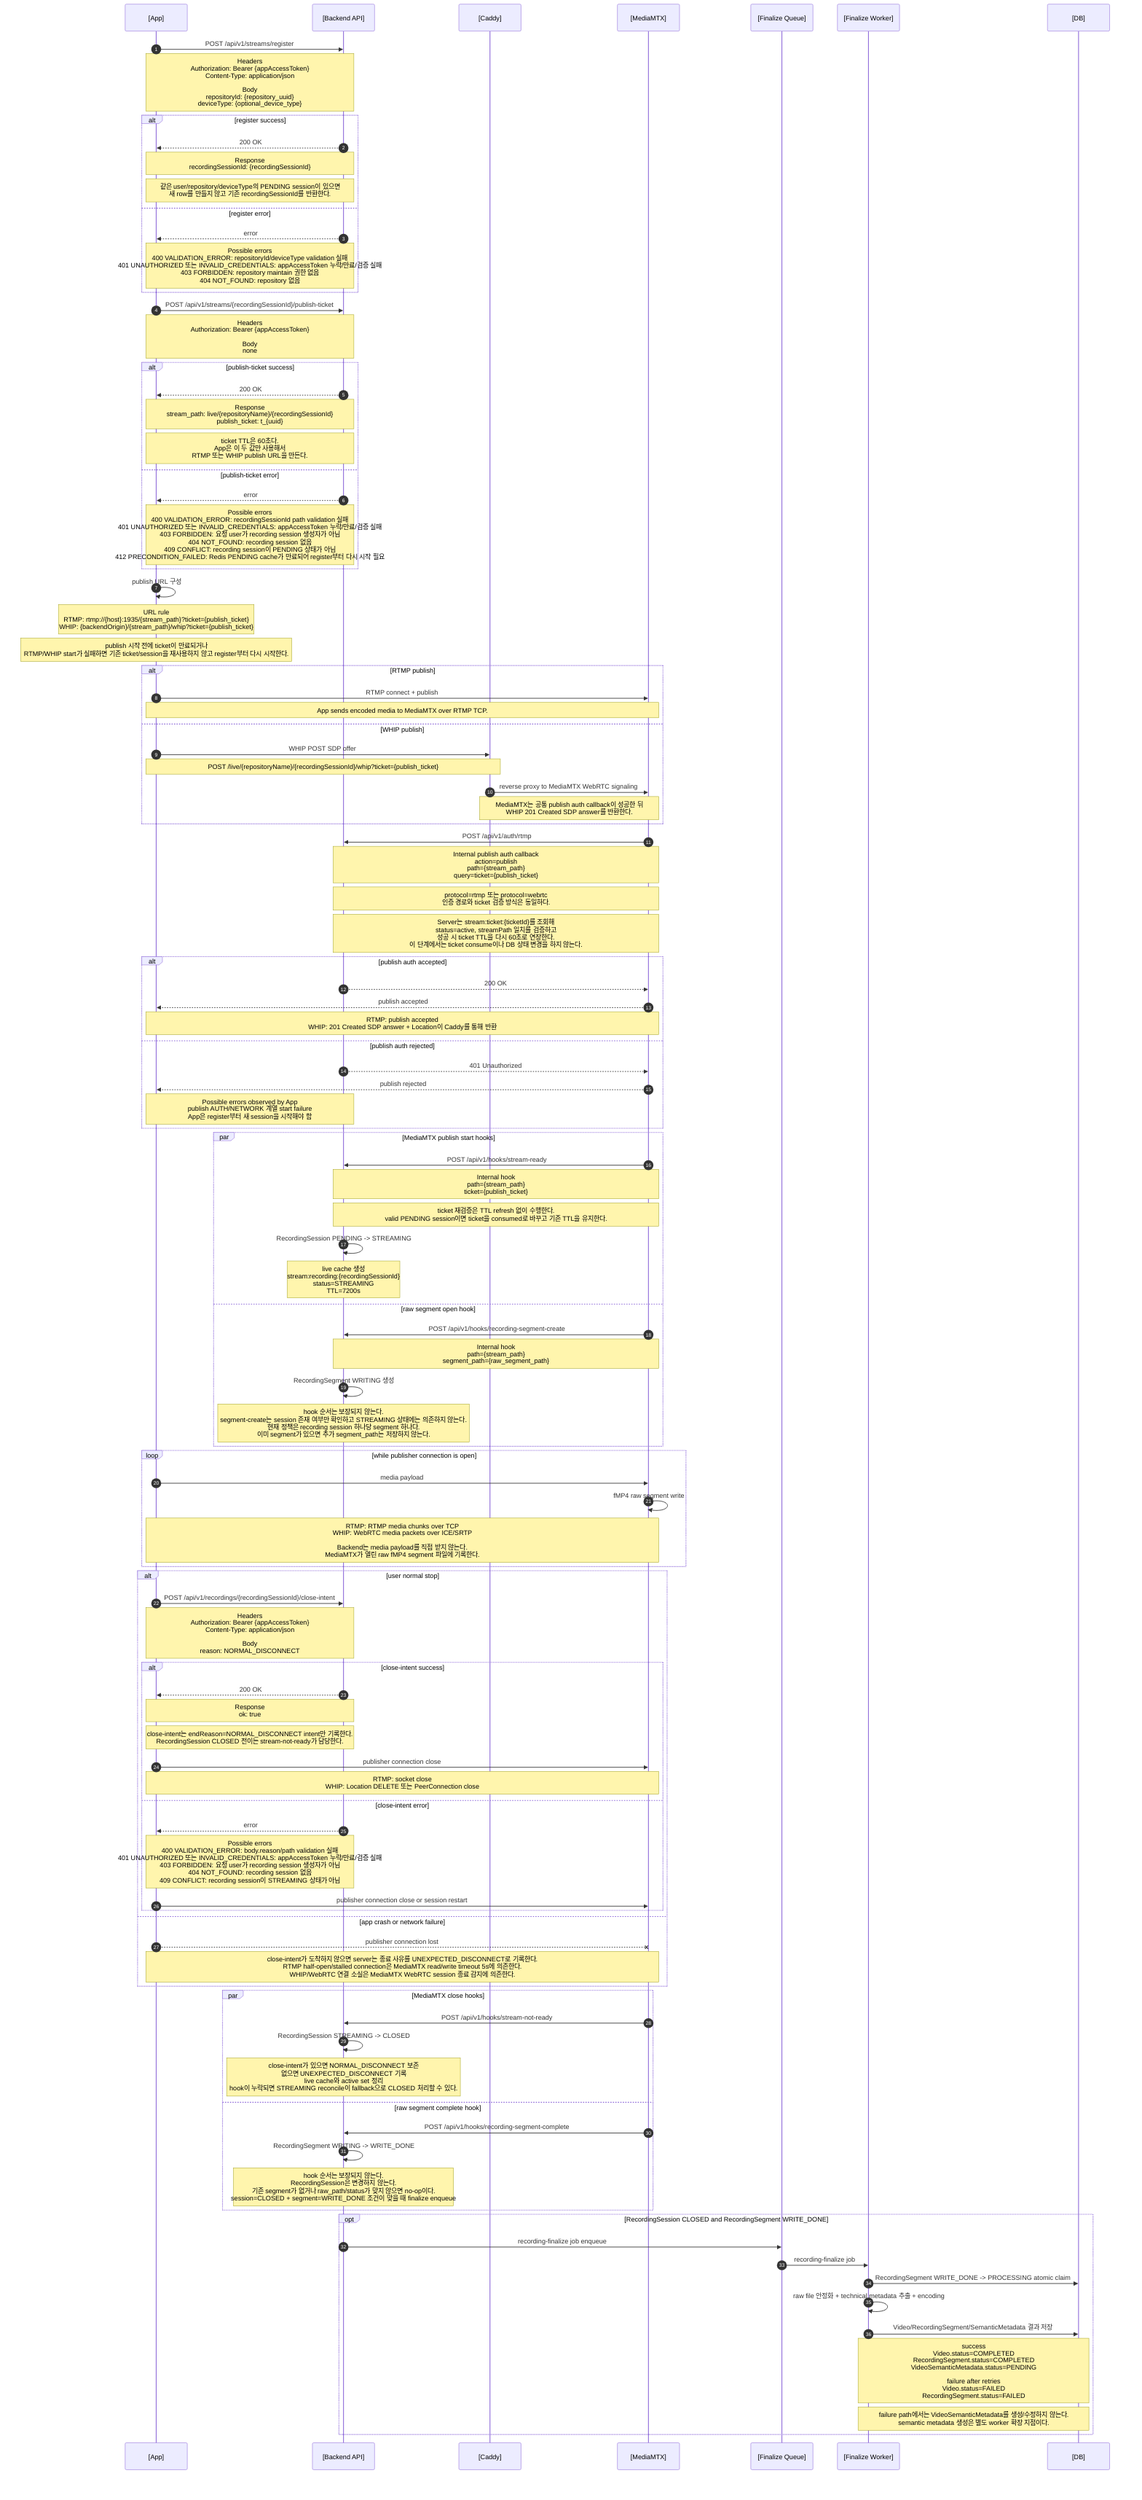
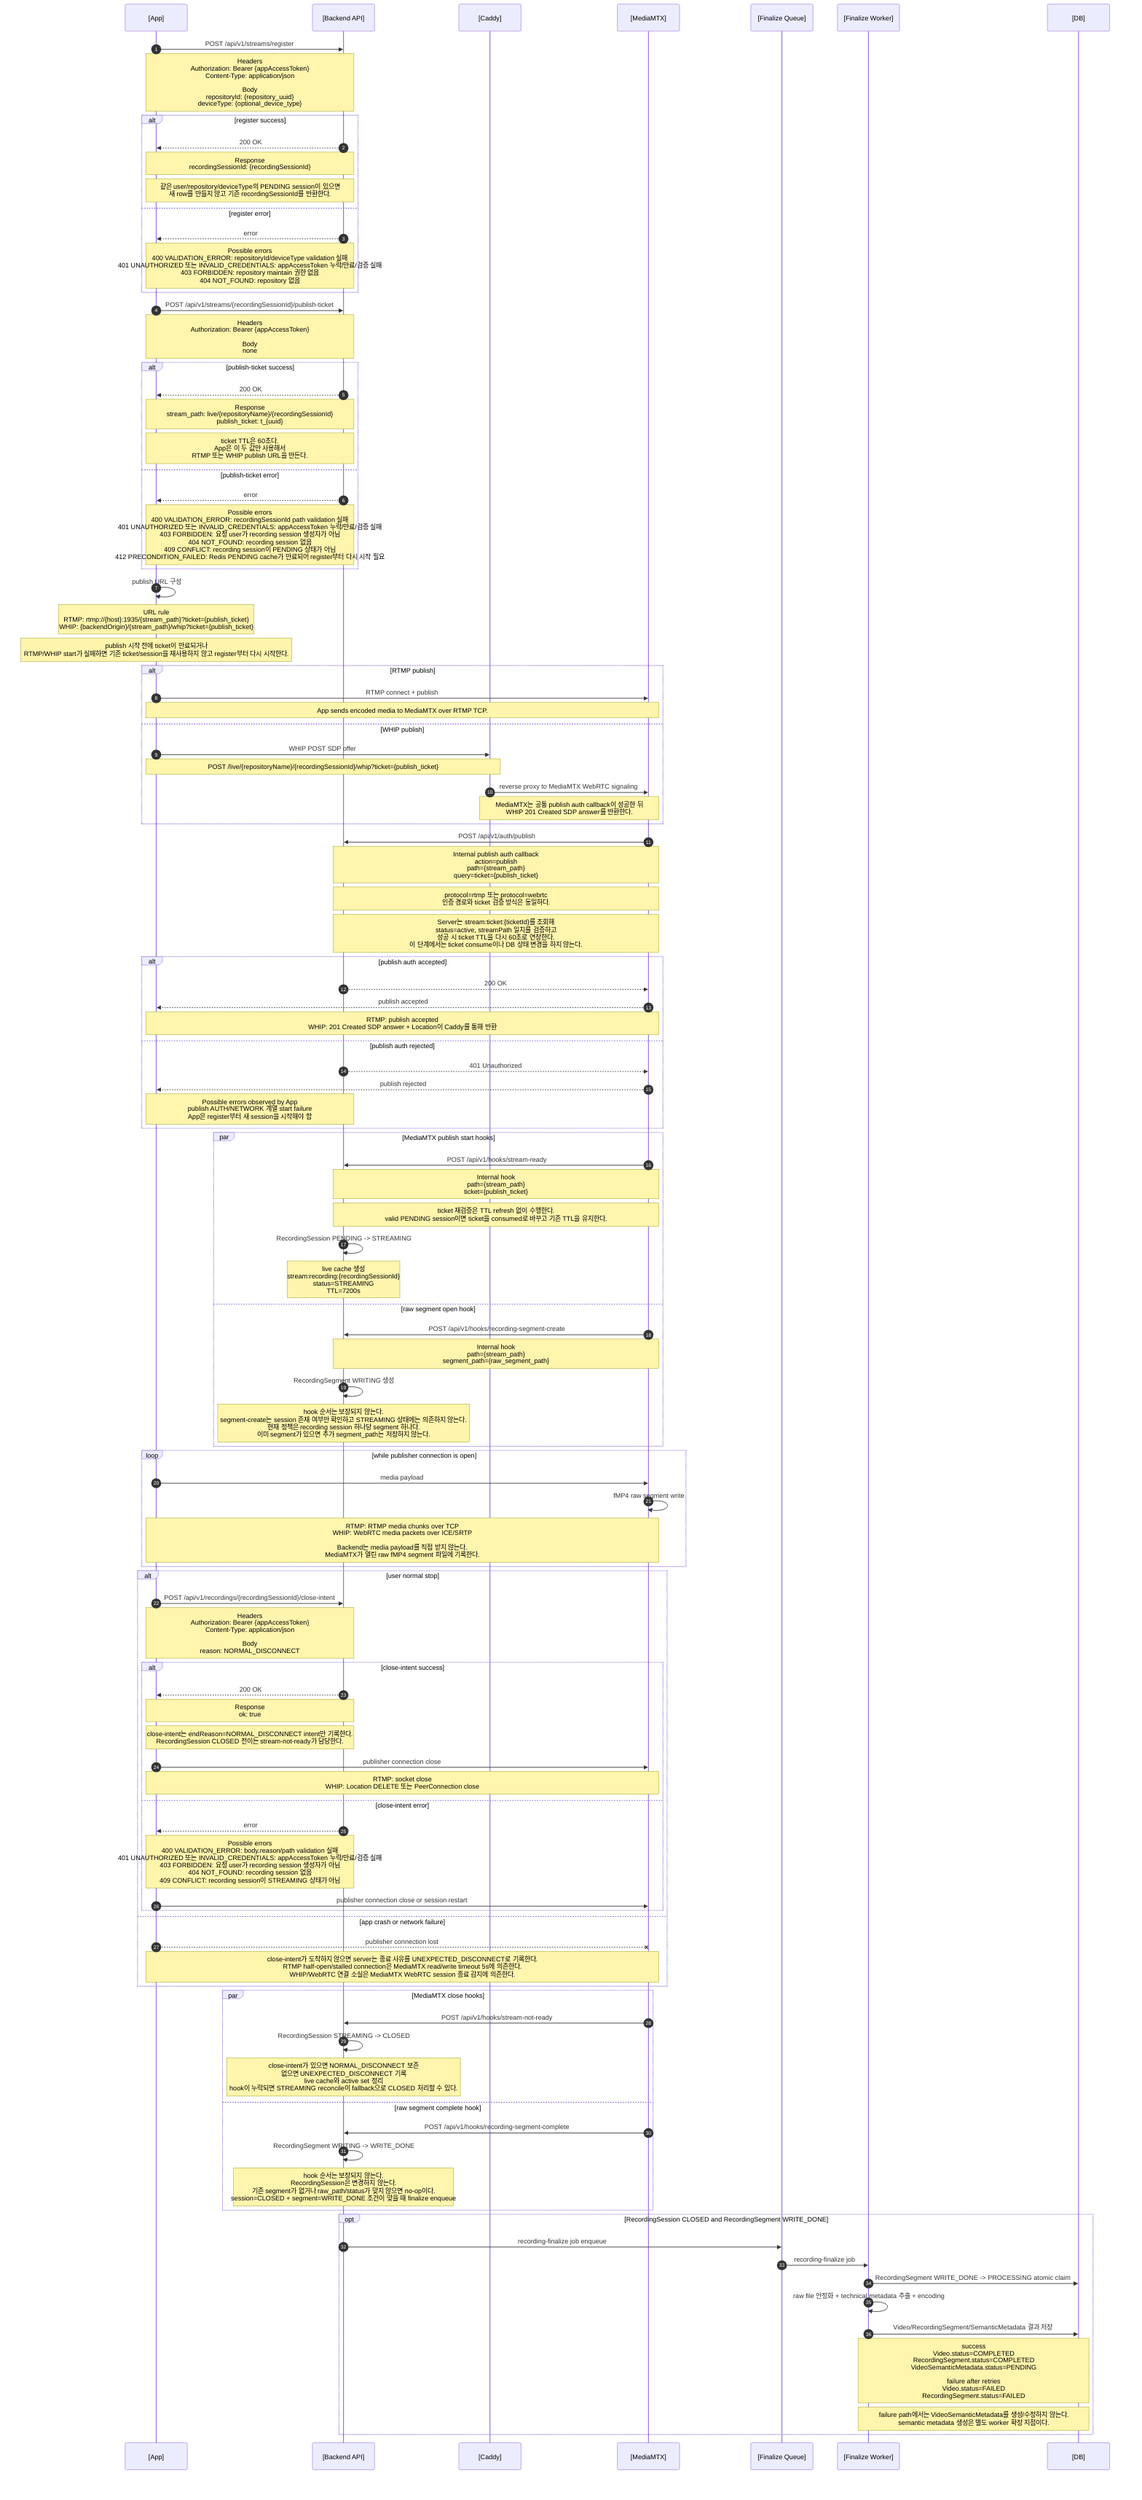
sequenceDiagram
  autonumber
  participant App as [App]
  participant Server as [Backend API]
  participant Caddy as [Caddy]
  participant MTX as [MediaMTX]
  participant Queue as [Finalize Queue]
  participant Worker as [Finalize Worker]
  participant DB as [DB]

  App->>Server: POST /api/v1/streams/register
  Note over App,Server: Headers<br/>Authorization: Bearer {appAccessToken}<br/>Content-Type: application/json<br/><br/>Body<br/>repositoryId: {repository_uuid}<br/>deviceType: {optional_device_type}

  alt register success
    Server-->>App: 200 OK
    Note over App,Server: Response<br/>recordingSessionId: {recordingSessionId}
    Note over App,Server: 같은 user/repository/deviceType의 PENDING session이 있으면<br/>새 row를 만들지 않고 기존 recordingSessionId를 반환한다.
  else register error
    Server-->>App: error
    Note over App,Server: Possible errors<br/>400 VALIDATION_ERROR: repositoryId/deviceType validation 실패<br/>401 UNAUTHORIZED 또는 INVALID_CREDENTIALS: appAccessToken 누락/만료/검증 실패<br/>403 FORBIDDEN: repository maintain 권한 없음<br/>404 NOT_FOUND: repository 없음
  end

  App->>Server: POST /api/v1/streams/{recordingSessionId}/publish-ticket
  Note over App,Server: Headers<br/>Authorization: Bearer {appAccessToken}<br/><br/>Body<br/>none

  alt publish-ticket success
    Server-->>App: 200 OK
    Note over App,Server: Response<br/>stream_path: live/{repositoryName}/{recordingSessionId}<br/>publish_ticket: t_{uuid}
    Note over App,Server: ticket TTL은 60초다.<br/>App은 이 두 값만 사용해서<br/>RTMP 또는 WHIP publish URL을 만든다.
  else publish-ticket error
    Server-->>App: error
    Note over App,Server: Possible errors<br/>400 VALIDATION_ERROR: recordingSessionId path validation 실패<br/>401 UNAUTHORIZED 또는 INVALID_CREDENTIALS: appAccessToken 누락/만료/검증 실패<br/>403 FORBIDDEN: 요청 user가 recording session 생성자가 아님<br/>404 NOT_FOUND: recording session 없음<br/>409 CONFLICT: recording session이 PENDING 상태가 아님<br/>412 PRECONDITION_FAILED: Redis PENDING cache가 만료되어 register부터 다시 시작 필요
  end

  App->>App: publish URL 구성
  Note over App: URL rule<br/>RTMP: rtmp://{host}:1935/{stream_path}?ticket={publish_ticket}<br/>WHIP: {backendOrigin}/{stream_path}/whip?ticket={publish_ticket}
  Note over App: publish 시작 전에 ticket이 만료되거나<br/>RTMP/WHIP start가 실패하면 기존 ticket/session을 재사용하지 않고 register부터 다시 시작한다.

  alt RTMP publish
    App->>MTX: RTMP connect + publish
    Note over App,MTX: App sends encoded media to MediaMTX over RTMP TCP.
  else WHIP publish
    App->>Caddy: WHIP POST SDP offer
    Note over App,Caddy: POST /live/{repositoryName}/{recordingSessionId}/whip?ticket={publish_ticket}
    Caddy->>MTX: reverse proxy to MediaMTX WebRTC signaling
    Note over Caddy,MTX: MediaMTX는 공통 publish auth callback이 성공한 뒤<br/>WHIP 201 Created SDP answer를 반환한다.
  end

-   MTX->>Server: POST /api/v1/auth/rtmp
+   MTX->>Server: POST /api/v1/auth/publish
  Note over MTX,Server: Internal publish auth callback<br/>action=publish<br/>path={stream_path}<br/>query=ticket={publish_ticket}
  Note over MTX,Server: protocol=rtmp 또는 protocol=webrtc<br/>인증 경로와 ticket 검증 방식은 동일하다.
  Note over MTX,Server: Server는 stream:ticket:{ticketId}를 조회해<br/>status=active, streamPath 일치를 검증하고<br/>성공 시 ticket TTL을 다시 60초로 연장한다.<br/>이 단계에서는 ticket consume이나 DB 상태 변경을 하지 않는다.

  alt publish auth accepted
    Server-->>MTX: 200 OK
    MTX-->>App: publish accepted
    Note over MTX,App: RTMP: publish accepted<br/>WHIP: 201 Created SDP answer + Location이 Caddy를 통해 반환
  else publish auth rejected
    Server-->>MTX: 401 Unauthorized
    MTX-->>App: publish rejected
    Note over App,Server: Possible errors observed by App<br/>publish AUTH/NETWORK 계열 start failure<br/>App은 register부터 새 session을 시작해야 함
  end

  par MediaMTX publish start hooks
    MTX->>Server: POST /api/v1/hooks/stream-ready
    Note over MTX,Server: Internal hook<br/>path={stream_path}<br/>ticket={publish_ticket}
    Note over MTX,Server: ticket 재검증은 TTL refresh 없이 수행한다.<br/>valid PENDING session이면 ticket을 consumed로 바꾸고 기존 TTL을 유지한다.
    Server->>Server: RecordingSession PENDING -> STREAMING
    Note over Server: live cache 생성<br/>stream:recording:{recordingSessionId}<br/>status=STREAMING<br/>TTL=7200s
  and raw segment open hook
    MTX->>Server: POST /api/v1/hooks/recording-segment-create
    Note over MTX,Server: Internal hook<br/>path={stream_path}<br/>segment_path={raw_segment_path}
    Server->>Server: RecordingSegment WRITING 생성
    Note over Server: hook 순서는 보장되지 않는다.<br/>segment-create는 session 존재 여부만 확인하고 STREAMING 상태에는 의존하지 않는다.<br/>현재 정책은 recording session 하나당 segment 하나다.<br/>이미 segment가 있으면 추가 segment_path는 저장하지 않는다.
  end

  loop while publisher connection is open
    App->>MTX: media payload
    MTX->>MTX: fMP4 raw segment write
    Note over App,MTX: RTMP: RTMP media chunks over TCP<br/>WHIP: WebRTC media packets over ICE/SRTP<br/><br/>Backend는 media payload를 직접 받지 않는다.<br/>MediaMTX가 열린 raw fMP4 segment 파일에 기록한다.
  end

  alt user normal stop
    App->>Server: POST /api/v1/recordings/{recordingSessionId}/close-intent
    Note over App,Server: Headers<br/>Authorization: Bearer {appAccessToken}<br/>Content-Type: application/json<br/><br/>Body<br/>reason: NORMAL_DISCONNECT

    alt close-intent success
      Server-->>App: 200 OK
      Note over App,Server: Response<br/>ok: true
      Note over App,Server: close-intent는 endReason=NORMAL_DISCONNECT intent만 기록한다.<br/>RecordingSession CLOSED 전이는 stream-not-ready가 담당한다.
      App->>MTX: publisher connection close
      Note over App,MTX: RTMP: socket close<br/>WHIP: Location DELETE 또는 PeerConnection close
    else close-intent error
      Server-->>App: error
      Note over App,Server: Possible errors<br/>400 VALIDATION_ERROR: body.reason/path validation 실패<br/>401 UNAUTHORIZED 또는 INVALID_CREDENTIALS: appAccessToken 누락/만료/검증 실패<br/>403 FORBIDDEN: 요청 user가 recording session 생성자가 아님<br/>404 NOT_FOUND: recording session 없음<br/>409 CONFLICT: recording session이 STREAMING 상태가 아님
      App->>MTX: publisher connection close or session restart
    end
  else app crash or network failure
    App--xMTX: publisher connection lost
    Note over App,MTX: close-intent가 도착하지 않으면 server는 종료 사유를 UNEXPECTED_DISCONNECT로 기록한다.<br/>RTMP half-open/stalled connection은 MediaMTX read/write timeout 5s에 의존한다.<br/>WHIP/WebRTC 연결 소실은 MediaMTX WebRTC session 종료 감지에 의존한다.
  end

  par MediaMTX close hooks
    MTX->>Server: POST /api/v1/hooks/stream-not-ready
    Server->>Server: RecordingSession STREAMING -> CLOSED
    Note over Server: close-intent가 있으면 NORMAL_DISCONNECT 보존<br/>없으면 UNEXPECTED_DISCONNECT 기록<br/>live cache와 active set 정리<br/>hook이 누락되면 STREAMING reconcile이 fallback으로 CLOSED 처리할 수 있다.
  and raw segment complete hook
    MTX->>Server: POST /api/v1/hooks/recording-segment-complete
    Server->>Server: RecordingSegment WRITING -> WRITE_DONE
    Note over Server: hook 순서는 보장되지 않는다.<br/>RecordingSession은 변경하지 않는다.<br/>기존 segment가 없거나 raw_path/status가 맞지 않으면 no-op이다.<br/>session=CLOSED + segment=WRITE_DONE 조건이 맞을 때 finalize enqueue
  end

  opt RecordingSession CLOSED and RecordingSegment WRITE_DONE
    Server->>Queue: recording-finalize job enqueue
    Queue->>Worker: recording-finalize job
    Worker->>DB: RecordingSegment WRITE_DONE -> PROCESSING atomic claim
    Worker->>Worker: raw file 안정화 + technical metadata 추출 + encoding
    Worker->>DB: Video/RecordingSegment/SemanticMetadata 결과 저장
    Note over Worker,DB: success<br/>Video.status=COMPLETED<br/>RecordingSegment.status=COMPLETED<br/>VideoSemanticMetadata.status=PENDING<br/><br/>failure after retries<br/>Video.status=FAILED<br/>RecordingSegment.status=FAILED
    Note over Worker,DB: failure path에서는 VideoSemanticMetadata를 생성/수정하지 않는다.<br/>semantic metadata 생성은 별도 worker 확장 지점이다.
  end

%% 참고:
%% 이 문서는 App과 server-side streaming system 사이의 계약을 한 장으로 요약한다.
%% MediaMTX와 Finalize Worker는 server-side component이며, App이 직접 호출하는 HTTP API는 아니다.
%% 공통 error body shape:
%% { "error": { "code": "{ERROR_CODE}", "message": "{human_readable_message}", "details": {optional_details} } }
%% HTTP status code는 AppError.statusCode 또는 validation/auth middleware에서 결정된다.
%% App 계약:
%% App이 직접 호출하는 streaming HTTP API는 register, publish-ticket, close-intent다.
%% MediaMTX auth callback, MediaMTX hooks, finalize worker는 server-side 내부 흐름이며 App이 직접 호출하지 않는다.
%% App은 publish-ticket 응답의 stream_path와 publish_ticket만 사용해 RTMP 또는 WHIP publish URL을 만든다.
%% publish_ticket TTL은 60초이며, publish auth 성공 시 TTL이 60초로 refresh된다.
%% stream-ready hook은 ticket을 consumed로 바꾸지만 TTL은 연장하지 않는다.
%% RTMP URL은 backendBaseUrl hostname, port 1935, returned stream_path, returned publish_ticket으로 구성한다.
%% WHIP URL은 backend origin, returned stream_path, /whip suffix, returned publish_ticket으로 구성한다.
%% RTMP/WHIP auth/start 실패 또는 publish_ticket 만료가 의심되면 App은 기존 값들을 버리고 register부터 다시 시작한다.
%% App은 열린 RTMP publisher socket 또는 WebRTC peer connection으로 encoded video/audio payload를 MediaMTX에 전송한다.
%% Backend는 per-frame video/audio data를 받지 않고 MediaMTX hook 이벤트와 worker job만 처리한다.
%% stream-ready hook과 recording-segment-create hook의 호출 순서는 보장되지 않는다.
%% App은 legacy POST /api/v1/recordings/{recordingSessionId}/stop API를 호출하지 않는다.
%% App의 stop 버튼은 publisher connection을 바로 닫기 전에
%% POST /api/v1/recordings/{recordingSessionId}/close-intent 를 호출해야 한다.
%% close-intent body는 { "reason": "NORMAL_DISCONNECT" } 만 보낸다.
%% close-intent 200 OK 이후 RTMP publisher connection 또는 WHIP session을 정상 close한다.
%% close-intent는 RecordingSession.status를 바꾸지 않는 STREAMING self-loop이다.
%% close-intent가 실패했는데 App이 socket을 닫으면 해당 종료는 UNEXPECTED_DISCONNECT로 기록될 수 있다.
%% close-intent가 먼저 도착한 경우 stream-not-ready는 NORMAL_DISCONNECT를 보존한다.
%% close-intent 호출 실패 또는 app crash/network failure로 close-intent가 누락되면
%% Backend는 stream-not-ready/reconcile 시 UNEXPECTED_DISCONNECT로 기록한다.
%% half-open/stalled RTMP connection은 MediaMTX readTimeout/writeTimeout 5s 이후 종료로 감지될 수 있다.
%% WHIP/WebRTC connection loss는 MediaMTX WebRTC session 종료 감지와 ICE/network 상태에 의존한다.
%% MediaMTX stream-not-ready hook payload만으로 정상 close와 crash/reset/timeout을 정확히 구분하지 않는다.
%% App은 streaming 재시작 시 기존 recordingSessionId나 publish_ticket을 직접 재사용하지 않고 register부터 다시 호출한다.
%% register 이후 publish 전에 이탈했다면 같은 PENDING session이 재사용될 수 있다.
%% PENDING session이 재사용되더라도 이전 publish_ticket은 버리고 새 publish-ticket을 발급받아 사용한다.
%% publish 이후 STREAMING이 된 session은 재사용하지 않으며, 새 register는 새 PENDING session을 만든다.
%% App은 단일 streaming session의 최장 길이를 30분으로 제한한다. 이 제한은 backend가 강제하지 않는 app contract다.
%% 현재 구조에서는 App이 단일 recording session을 짧게 유지하는 전제이므로 정상 흐름의 segment rollover는 App 계약에서 다루지 않는다.
%% Backend도 recording session 하나당 RecordingSegment 하나만 저장한다.
%% finalize enqueue는 RecordingSession.status=CLOSED이고 RecordingSegment.status=WRITE_DONE일 때만 발생한다.
%% Video.status=COMPLETED는 playable artifact 생성 완료를 의미한다.
%% semantic metadata는 별도 video_semantic_metadata row에서 PENDING으로 시작하며 App streaming flow의 완료 조건이 아니다.
%% 상세 register 흐름은 .mermaid/1.register.mmd를 참고한다.
%% 상세 publish-ticket 흐름은 .mermaid/2.publish-ticket.mmd를 참고한다.
%% 상세 RTMP publish 인증 및 stream-ready 흐름은 .mermaid/3.rtmp-publish.mmd를 참고한다.
%% 상세 RTMP media 전송, hook race, finalize retry 흐름은 .mermaid/4.rtmp-stream.mmd를 참고한다.
%% 상세 WHIP publish 인증 및 stream-ready 흐름은 .mermaid/3.whip-publish.mmd를 참고한다.
%% 상세 WHIP media 전송, hook race, finalize retry 흐름은 .mermaid/4.whip-stream.mmd를 참고한다.
%% 상세 video processing 및 semantic metadata 확장 지점은 .mermaid/5.video-processing.mmd를 참고한다.
%% RTMP connection closure 정책은 .mermaid/rtmp-connection-closure.mmd를 참고한다.
